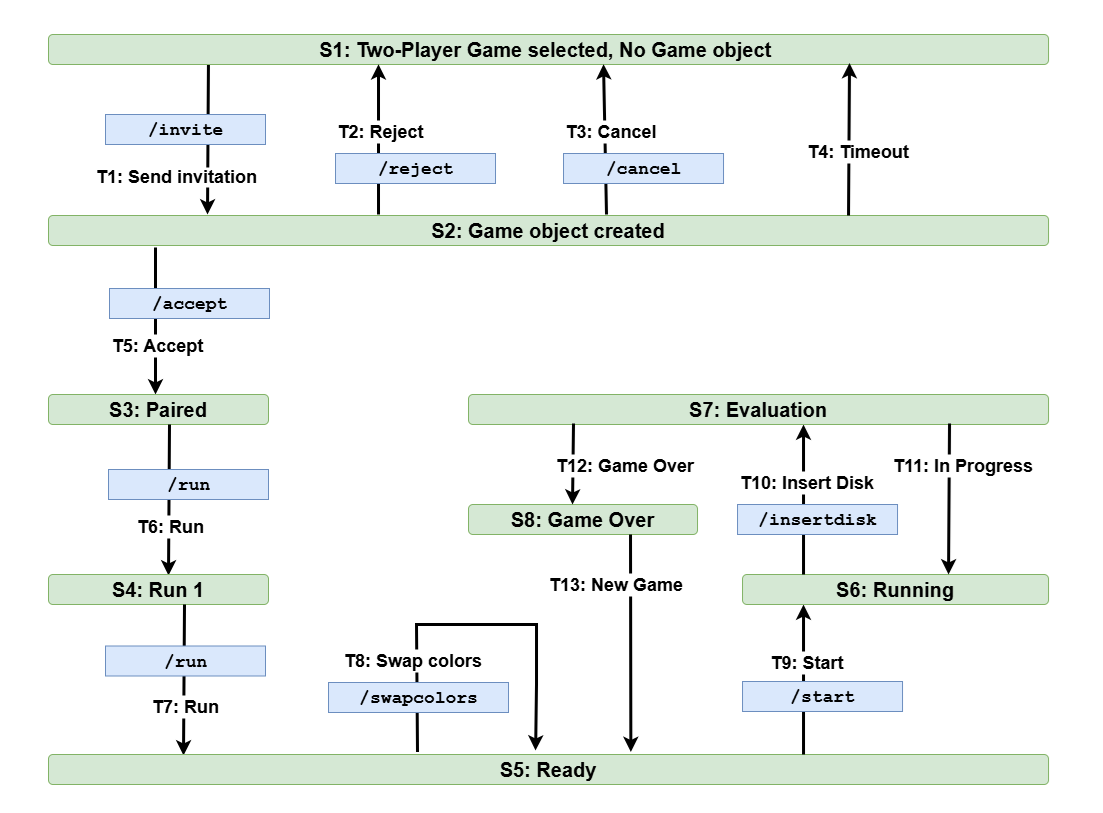
Earlier version of the draw.io export Connect4.png (berislav-vidakovic/GamesJ). Source tidied: cells renumbered, new cells last; positions are measured from the earlier drawing's top-left corner, leaving out a move shared by most shapes.
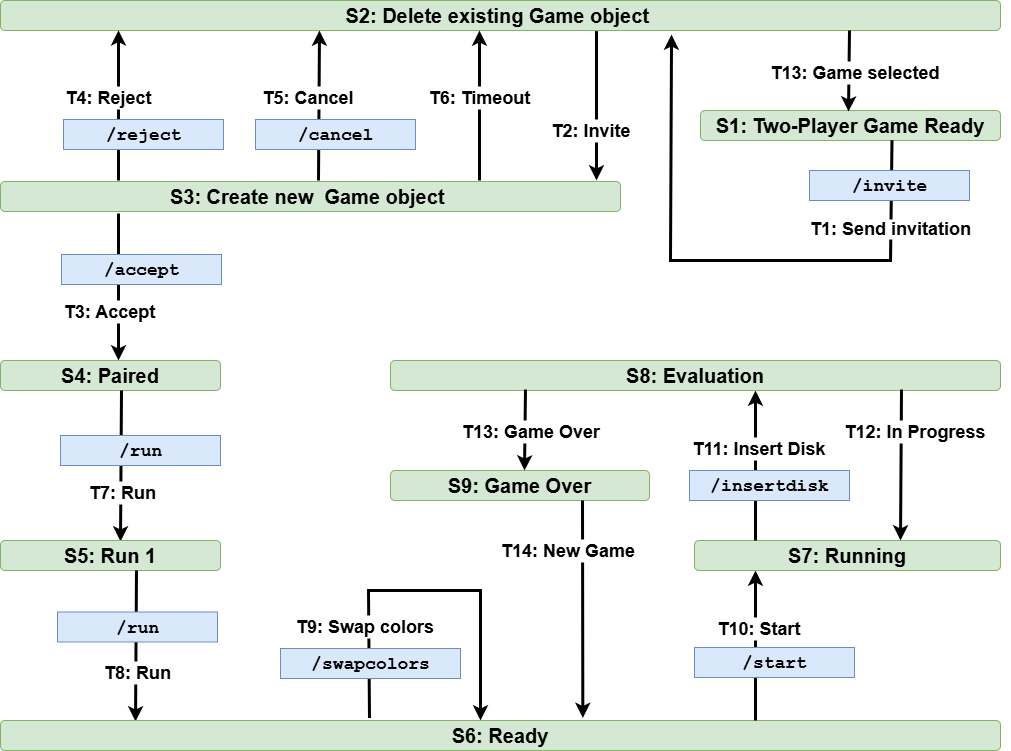
The same diagram one commit later.

Commit message:
Connect4 - Refactoring 2

Change to the diagram source:
```diff
@@ -5,27 +5,20 @@
     <mxCell id="2" style="endArrow=classic;html=1;rounded=0;strokeWidth=3;exitX=0.134;exitY=0.931;exitDx=0;exitDy=0;exitPerimeter=0;" parent="1" edge="1">
       <mxGeometry relative="1" as="geometry">
         <mxPoint x="369" y="717.5" as="sourcePoint" />
-        <mxPoint x="487" y="716" as="targetPoint" />
+        <mxPoint x="480" y="720" as="targetPoint" />
         <Array as="points">
           <mxPoint x="368" y="590" />
-          <mxPoint x="488" y="590" />
-          <mxPoint x="488" y="650" />
+          <mxPoint x="480" y="590" />
         </Array>
       </mxGeometry>
     </mxCell>
-    <mxCell id="3" style="endArrow=classic;html=1;rounded=0;strokeWidth=3;" parent="1" edge="1">
-      <mxGeometry relative="1" as="geometry">
-        <mxPoint x="160" y="20" as="sourcePoint" />
-        <mxPoint x="159" y="180" as="targetPoint" />
-      </mxGeometry>
-    </mxCell>
-    <mxCell id="4" value="S1: Two-Player Game selected, No Game object&amp;nbsp;" style="rounded=1;whiteSpace=wrap;html=1;fontSize=20;fontStyle=1;fillColor=#d5e8d4;strokeColor=#82b366;verticalAlign=bottom;" parent="1" vertex="1">
+    <mxCell id="4" value="S2: Delete existing Game object&amp;nbsp;" style="rounded=1;whiteSpace=wrap;html=1;fontSize=20;fontStyle=1;fillColor=#d5e8d4;strokeColor=#82b366;verticalAlign=bottom;" parent="1" vertex="1">
       <mxGeometry width="1000" height="30" as="geometry" />
     </mxCell>
     <mxCell id="5" style="endArrow=classic;html=1;rounded=0;strokeWidth=3;" parent="1" edge="1">
       <mxGeometry relative="1" as="geometry">
-        <mxPoint x="107" y="213" as="sourcePoint" />
-        <mxPoint x="107" y="360" as="targetPoint" />
+        <mxPoint x="118" y="213" as="sourcePoint" />
+        <mxPoint x="118" y="360" as="targetPoint" />
       </mxGeometry>
     </mxCell>
     <mxCell id="6" style="edgeStyle=orthogonalEdgeStyle;rounded=0;orthogonalLoop=1;jettySize=auto;html=1;exitX=0.5;exitY=1;exitDx=0;exitDy=0;" parent="1" edge="1">
@@ -34,54 +27,46 @@
         <mxPoint x="515" y="503" as="targetPoint" />
       </mxGeometry>
     </mxCell>
-    <mxCell id="7" value="S2: Game object created" style="rounded=1;whiteSpace=wrap;html=1;fontSize=20;fontStyle=1;fillColor=#d5e8d4;strokeColor=#82b366;verticalAlign=bottom;" parent="1" vertex="1">
-      <mxGeometry y="181" width="1000" height="30" as="geometry" />
+    <mxCell id="7" value="S3: Create new&amp;nbsp; Game object&amp;nbsp;" style="rounded=1;whiteSpace=wrap;html=1;fontSize=20;fontStyle=1;fillColor=#d5e8d4;strokeColor=#82b366;verticalAlign=bottom;" parent="1" vertex="1">
+      <mxGeometry y="181" width="620" height="30" as="geometry" />
     </mxCell>
     <mxCell id="8" style="endArrow=classic;html=1;rounded=0;strokeWidth=3;entryX=0.4;entryY=0.99;entryDx=0;entryDy=0;entryPerimeter=0;" parent="1" edge="1">
       <mxGeometry relative="1" as="geometry">
-        <mxPoint x="330" y="180" as="sourcePoint" />
-        <mxPoint x="330" y="29.7" as="targetPoint" />
+        <mxPoint x="118" y="180" as="sourcePoint" />
+        <mxPoint x="118" y="29.7" as="targetPoint" />
       </mxGeometry>
     </mxCell>
-    <mxCell id="9" value="/invite" style="text;strokeColor=#6c8ebf;fillColor=#dae8fc;html=1;fontSize=18;fontStyle=1;verticalAlign=bottom;align=center;fontFamily=Courier New;" parent="1" vertex="1">
-      <mxGeometry x="57" y="80" width="160" height="30" as="geometry" />
-    </mxCell>
-    <mxCell id="10" value="T5: Accept&amp;nbsp;" style="text;html=1;whiteSpace=wrap;strokeColor=none;fillColor=default;align=center;verticalAlign=middle;rounded=0;fontSize=18;fontStyle=1;" parent="1" vertex="1">
+    <mxCell id="10" value="T3: Accept&amp;nbsp;" style="text;html=1;whiteSpace=wrap;strokeColor=none;fillColor=default;align=center;verticalAlign=middle;rounded=0;fontSize=18;fontStyle=1;" parent="1" vertex="1">
       <mxGeometry x="17" y="300" width="190" height="23" as="geometry" />
     </mxCell>
-    <mxCell id="11" value="T1: Send invitation" style="text;html=1;whiteSpace=wrap;strokeColor=none;fillColor=default;align=center;verticalAlign=middle;rounded=0;fontSize=18;fontStyle=1;" parent="1" vertex="1">
-      <mxGeometry x="40" y="133" width="177" height="20" as="geometry" />
-    </mxCell>
     <mxCell id="12" value="/accept" style="text;strokeColor=#6c8ebf;fillColor=#dae8fc;html=1;fontSize=18;fontStyle=1;verticalAlign=bottom;align=center;fontFamily=Courier New;" parent="1" vertex="1">
       <mxGeometry x="61" y="254" width="160" height="30" as="geometry" />
     </mxCell>
-    <mxCell id="13" value="T2: Reject&amp;nbsp;" style="text;html=1;whiteSpace=wrap;strokeColor=none;fillColor=default;align=center;verticalAlign=middle;rounded=0;fontSize=18;fontStyle=1;" parent="1" vertex="1">
-      <mxGeometry x="240" y="86" width="190" height="23" as="geometry" />
+    <mxCell id="13" value="T4: Reject&amp;nbsp;" style="text;html=1;whiteSpace=wrap;strokeColor=none;fillColor=default;align=center;verticalAlign=middle;rounded=0;fontSize=18;fontStyle=1;" parent="1" vertex="1">
+      <mxGeometry x="16" y="86" width="190" height="23" as="geometry" />
     </mxCell>
     <mxCell id="14" value="/reject" style="text;strokeColor=#6c8ebf;fillColor=#dae8fc;html=1;fontSize=18;fontStyle=1;verticalAlign=bottom;align=center;fontFamily=Courier New;" parent="1" vertex="1">
-      <mxGeometry x="287" y="119" width="160" height="30" as="geometry" />
+      <mxGeometry x="63" y="119" width="160" height="30" as="geometry" />
     </mxCell>
-    <mxCell id="15" style="endArrow=classic;html=1;rounded=0;strokeWidth=3;entryX=0.597;entryY=0.99;entryDx=0;entryDy=0;entryPerimeter=0;" parent="1" edge="1">
+    <mxCell id="15" style="endArrow=classic;html=1;rounded=0;strokeWidth=3;" parent="1" edge="1">
       <mxGeometry relative="1" as="geometry">
-        <mxPoint x="558" y="180" as="sourcePoint" />
-        <mxPoint x="555" y="29.7" as="targetPoint" />
+        <mxPoint x="318" y="180" as="sourcePoint" />
+        <mxPoint x="319" y="30" as="targetPoint" />
       </mxGeometry>
     </mxCell>
-    <mxCell id="16" value="T3: Cancel" style="text;html=1;whiteSpace=wrap;strokeColor=none;fillColor=default;align=center;verticalAlign=middle;rounded=0;fontSize=18;fontStyle=1;" parent="1" vertex="1">
-      <mxGeometry x="468" y="86" width="190" height="23" as="geometry" />
+    <mxCell id="16" value="T5: Cancel" style="text;html=1;whiteSpace=wrap;strokeColor=none;fillColor=default;align=center;verticalAlign=middle;rounded=0;fontSize=18;fontStyle=1;" parent="1" vertex="1">
+      <mxGeometry x="213" y="86" width="190" height="23" as="geometry" />
     </mxCell>
     <mxCell id="17" value="/cancel" style="text;strokeColor=#6c8ebf;fillColor=#dae8fc;html=1;fontSize=18;fontStyle=1;verticalAlign=bottom;align=center;fontFamily=Courier New;" parent="1" vertex="1">
-      <mxGeometry x="515" y="119" width="160" height="30" as="geometry" />
+      <mxGeometry x="255" y="119" width="160" height="30" as="geometry" />
     </mxCell>
-    <mxCell id="18" style="endArrow=classic;html=1;rounded=0;strokeWidth=3;entryX=0.801;entryY=0.954;entryDx=0;entryDy=0;entryPerimeter=0;" parent="1" edge="1" target="4">
+    <mxCell id="18" style="endArrow=classic;html=1;rounded=0;strokeWidth=3;entryX=0.801;entryY=0.954;entryDx=0;entryDy=0;entryPerimeter=0;" parent="1" edge="1">
       <mxGeometry relative="1" as="geometry">
-        <mxPoint x="800" y="181" as="sourcePoint" />
+        <mxPoint x="479" y="180" as="sourcePoint" />
+        <mxPoint x="479" y="30" as="targetPoint" />
       </mxGeometry>
     </mxCell>
-    <mxCell id="19" value="T4: Timeout" style="text;html=1;whiteSpace=wrap;strokeColor=none;fillColor=default;align=center;verticalAlign=middle;rounded=0;fontSize=18;fontStyle=1;" parent="1" vertex="1">
-      <mxGeometry x="715" y="106" width="190" height="23" as="geometry" />
-    </mxCell>
-    <mxCell id="20" value="S3: Paired" style="rounded=1;whiteSpace=wrap;html=1;fontSize=20;fontStyle=1;fillColor=#d5e8d4;strokeColor=#82b366;verticalAlign=bottom;" parent="1" vertex="1">
+    <mxCell id="20" value="S4: Paired" style="rounded=1;whiteSpace=wrap;html=1;fontSize=20;fontStyle=1;fillColor=#d5e8d4;strokeColor=#82b366;verticalAlign=bottom;" parent="1" vertex="1">
       <mxGeometry y="360" width="220" height="30" as="geometry" />
     </mxCell>
     <mxCell id="21" style="endArrow=classic;html=1;rounded=0;strokeWidth=3;exitX=0.134;exitY=0.931;exitDx=0;exitDy=0;exitPerimeter=0;" parent="1" edge="1">
@@ -90,13 +75,13 @@
         <mxPoint x="120" y="541" as="targetPoint" />
       </mxGeometry>
     </mxCell>
-    <mxCell id="22" value="T6: Run&amp;nbsp;" style="text;html=1;whiteSpace=wrap;strokeColor=none;fillColor=default;align=center;verticalAlign=middle;rounded=0;fontSize=18;fontStyle=1;" parent="1" vertex="1">
+    <mxCell id="22" value="T7: Run&amp;nbsp;" style="text;html=1;whiteSpace=wrap;strokeColor=none;fillColor=default;align=center;verticalAlign=middle;rounded=0;fontSize=18;fontStyle=1;" parent="1" vertex="1">
       <mxGeometry x="30" y="481" width="190" height="23" as="geometry" />
     </mxCell>
     <mxCell id="23" value="/run" style="text;strokeColor=#6c8ebf;fillColor=#dae8fc;html=1;fontSize=18;fontStyle=1;verticalAlign=bottom;align=center;fontFamily=Courier New;" parent="1" vertex="1">
       <mxGeometry x="60" y="435" width="160" height="30" as="geometry" />
     </mxCell>
-    <mxCell id="24" value="S4: Run 1" style="rounded=1;whiteSpace=wrap;html=1;fontSize=20;fontStyle=1;fillColor=#d5e8d4;strokeColor=#82b366;verticalAlign=bottom;" parent="1" vertex="1">
+    <mxCell id="24" value="S5: Run 1" style="rounded=1;whiteSpace=wrap;html=1;fontSize=20;fontStyle=1;fillColor=#d5e8d4;strokeColor=#82b366;verticalAlign=bottom;" parent="1" vertex="1">
       <mxGeometry y="540" width="220" height="30" as="geometry" />
     </mxCell>
     <mxCell id="25" style="endArrow=classic;html=1;rounded=0;strokeWidth=3;exitX=0.134;exitY=0.931;exitDx=0;exitDy=0;exitPerimeter=0;" parent="1" edge="1">
@@ -105,13 +90,13 @@
         <mxPoint x="135" y="721" as="targetPoint" />
       </mxGeometry>
     </mxCell>
-    <mxCell id="26" value="T7: Run&amp;nbsp;" style="text;html=1;whiteSpace=wrap;strokeColor=none;fillColor=default;align=center;verticalAlign=middle;rounded=0;fontSize=18;fontStyle=1;" parent="1" vertex="1">
+    <mxCell id="26" value="T8: Run&amp;nbsp;" style="text;html=1;whiteSpace=wrap;strokeColor=none;fillColor=default;align=center;verticalAlign=middle;rounded=0;fontSize=18;fontStyle=1;" parent="1" vertex="1">
       <mxGeometry x="45" y="661" width="190" height="23" as="geometry" />
     </mxCell>
     <mxCell id="27" value="/run" style="text;strokeColor=#6c8ebf;fillColor=#dae8fc;html=1;fontSize=18;fontStyle=1;verticalAlign=bottom;align=center;fontFamily=Courier New;" parent="1" vertex="1">
       <mxGeometry x="57" y="611.5" width="160" height="30" as="geometry" />
     </mxCell>
-    <mxCell id="28" value="S5: Ready" style="rounded=1;whiteSpace=wrap;html=1;fontSize=20;fontStyle=1;fillColor=#d5e8d4;strokeColor=#82b366;verticalAlign=bottom;" parent="1" vertex="1">
+    <mxCell id="28" value="S6: Ready" style="rounded=1;whiteSpace=wrap;html=1;fontSize=20;fontStyle=1;fillColor=#d5e8d4;strokeColor=#82b366;verticalAlign=bottom;" parent="1" vertex="1">
       <mxGeometry y="720" width="1000" height="30" as="geometry" />
     </mxCell>
     <mxCell id="29" style="endArrow=classic;html=1;rounded=0;strokeWidth=3;" parent="1" edge="1">
@@ -120,16 +105,16 @@
         <mxPoint x="755" y="570" as="targetPoint" />
       </mxGeometry>
     </mxCell>
-    <mxCell id="30" value="T9: Start" style="text;html=1;whiteSpace=wrap;strokeColor=none;fillColor=default;align=center;verticalAlign=middle;rounded=0;fontSize=18;fontStyle=1;" parent="1" vertex="1">
+    <mxCell id="30" value="T10: Start" style="text;html=1;whiteSpace=wrap;strokeColor=none;fillColor=default;align=center;verticalAlign=middle;rounded=0;fontSize=18;fontStyle=1;" parent="1" vertex="1">
       <mxGeometry x="664" y="617" width="190" height="23" as="geometry" />
     </mxCell>
     <mxCell id="31" value="/start" style="text;strokeColor=#6c8ebf;fillColor=#dae8fc;html=1;fontSize=18;fontStyle=1;verticalAlign=bottom;align=center;fontFamily=Courier New;" parent="1" vertex="1">
       <mxGeometry x="694" y="647" width="160" height="30" as="geometry" />
     </mxCell>
-    <mxCell id="32" value="S6: Running" style="rounded=1;whiteSpace=wrap;html=1;fontSize=20;fontStyle=1;fillColor=#d5e8d4;strokeColor=#82b366;verticalAlign=bottom;" parent="1" vertex="1">
+    <mxCell id="32" value="S7: Running" style="rounded=1;whiteSpace=wrap;html=1;fontSize=20;fontStyle=1;fillColor=#d5e8d4;strokeColor=#82b366;verticalAlign=bottom;" parent="1" vertex="1">
       <mxGeometry x="694" y="540" width="306" height="30" as="geometry" />
     </mxCell>
-    <mxCell id="33" value="T8: Swap colors" style="text;html=1;whiteSpace=wrap;strokeColor=none;fillColor=default;align=center;verticalAlign=middle;rounded=0;fontSize=18;fontStyle=1;" parent="1" vertex="1">
+    <mxCell id="33" value="T9: Swap colors" style="text;html=1;whiteSpace=wrap;strokeColor=none;fillColor=default;align=center;verticalAlign=middle;rounded=0;fontSize=18;fontStyle=1;" parent="1" vertex="1">
       <mxGeometry x="270" y="615" width="190" height="23" as="geometry" />
     </mxCell>
     <mxCell id="34" value="/swapcolors" style="text;strokeColor=#6c8ebf;fillColor=#dae8fc;html=1;fontSize=18;fontStyle=1;verticalAlign=bottom;align=center;fontFamily=Courier New;" parent="1" vertex="1">
@@ -141,17 +126,17 @@
         <mxPoint x="755" y="390" as="targetPoint" />
       </mxGeometry>
     </mxCell>
-    <mxCell id="36" value="T10: Insert Disk" style="text;html=1;whiteSpace=wrap;strokeColor=none;fillColor=default;align=center;verticalAlign=middle;rounded=0;fontSize=18;fontStyle=1;" parent="1" vertex="1">
+    <mxCell id="36" value="T11: Insert Disk" style="text;html=1;whiteSpace=wrap;strokeColor=none;fillColor=default;align=center;verticalAlign=middle;rounded=0;fontSize=18;fontStyle=1;" parent="1" vertex="1">
       <mxGeometry x="664" y="437" width="190" height="23" as="geometry" />
     </mxCell>
     <mxCell id="37" value="/insertdisk" style="text;strokeColor=#6c8ebf;fillColor=#dae8fc;html=1;fontSize=18;fontStyle=1;verticalAlign=bottom;align=center;fontFamily=Courier New;" parent="1" vertex="1">
       <mxGeometry x="689" y="470" width="160" height="30" as="geometry" />
     </mxCell>
-    <mxCell id="38" value="S7: Evaluation" style="rounded=1;whiteSpace=wrap;html=1;fontSize=20;fontStyle=1;fillColor=#d5e8d4;strokeColor=#82b366;verticalAlign=bottom;" parent="1" vertex="1">
-      <mxGeometry x="420" y="360" width="580" height="30" as="geometry" />
+    <mxCell id="38" value="S8: Evaluation" style="rounded=1;whiteSpace=wrap;html=1;fontSize=20;fontStyle=1;fillColor=#d5e8d4;strokeColor=#82b366;verticalAlign=bottom;" parent="1" vertex="1">
+      <mxGeometry x="390" y="360" width="610" height="30" as="geometry" />
     </mxCell>
-    <mxCell id="39" value="S8: Game Over" style="rounded=1;whiteSpace=wrap;html=1;fontSize=20;fontStyle=1;fillColor=#d5e8d4;strokeColor=#82b366;verticalAlign=bottom;" parent="1" vertex="1">
-      <mxGeometry x="420" y="470" width="229" height="30" as="geometry" />
+    <mxCell id="39" value="S9: Game Over" style="rounded=1;whiteSpace=wrap;html=1;fontSize=20;fontStyle=1;fillColor=#d5e8d4;strokeColor=#82b366;verticalAlign=bottom;" parent="1" vertex="1">
+      <mxGeometry x="390" y="470" width="259" height="30" as="geometry" />
     </mxCell>
     <mxCell id="40" style="endArrow=classic;html=1;rounded=0;strokeWidth=3;exitX=0.134;exitY=0.931;exitDx=0;exitDy=0;exitPerimeter=0;" parent="1" edge="1">
       <mxGeometry relative="1" as="geometry">
@@ -159,7 +144,7 @@
         <mxPoint x="900" y="540" as="targetPoint" />
       </mxGeometry>
     </mxCell>
-    <mxCell id="41" value="T11: In Progress" style="text;html=1;whiteSpace=wrap;strokeColor=none;fillColor=default;align=center;verticalAlign=middle;rounded=0;fontSize=18;fontStyle=1;" parent="1" vertex="1">
+    <mxCell id="41" value="T12: In Progress" style="text;html=1;whiteSpace=wrap;strokeColor=none;fillColor=default;align=center;verticalAlign=middle;rounded=0;fontSize=18;fontStyle=1;" parent="1" vertex="1">
       <mxGeometry x="820" y="420" width="190" height="23" as="geometry" />
     </mxCell>
     <mxCell id="42" style="endArrow=classic;html=1;rounded=0;strokeWidth=3;entryX=0.534;entryY=-0.087;entryDx=0;entryDy=0;entryPerimeter=0;" parent="1" edge="1">
@@ -168,7 +153,7 @@
         <mxPoint x="582.3" y="717.4" as="targetPoint" />
       </mxGeometry>
     </mxCell>
-    <mxCell id="43" value="T13: New Game" style="text;html=1;whiteSpace=wrap;strokeColor=none;fillColor=default;align=center;verticalAlign=middle;rounded=0;fontSize=18;fontStyle=1;" parent="1" vertex="1">
+    <mxCell id="43" value="T14: New Game" style="text;html=1;whiteSpace=wrap;strokeColor=none;fillColor=default;align=center;verticalAlign=middle;rounded=0;fontSize=18;fontStyle=1;" parent="1" vertex="1">
       <mxGeometry x="473" y="539" width="190" height="23" as="geometry" />
     </mxCell>
     <mxCell id="44" style="endArrow=classic;html=1;rounded=0;strokeWidth=3;exitX=0.134;exitY=0.931;exitDx=0;exitDy=0;exitPerimeter=0;" parent="1" edge="1">
@@ -177,8 +162,46 @@
         <mxPoint x="524" y="470" as="targetPoint" />
       </mxGeometry>
     </mxCell>
-    <mxCell id="45" value="T12: Game Over" style="text;html=1;whiteSpace=wrap;strokeColor=none;fillColor=default;align=center;verticalAlign=middle;rounded=0;fontSize=18;fontStyle=1;" parent="1" vertex="1">
-      <mxGeometry x="482" y="420" width="190" height="23" as="geometry" />
+    <mxCell id="45" value="T13: Game Over" style="text;html=1;whiteSpace=wrap;strokeColor=none;fillColor=default;align=center;verticalAlign=middle;rounded=0;fontSize=18;fontStyle=1;" parent="1" vertex="1">
+      <mxGeometry x="436" y="420" width="190" height="23" as="geometry" />
     </mxCell>
+    <mxCell id="46" value="T6: Timeout" style="text;html=1;whiteSpace=wrap;strokeColor=none;fillColor=default;align=center;verticalAlign=middle;rounded=0;fontSize=18;fontStyle=1;" parent="1" vertex="1">
+      <mxGeometry x="419" y="86" width="121" height="23" as="geometry" />
+    </mxCell>
+    <mxCell id="47" style="endArrow=classic;html=1;rounded=0;strokeWidth=3;" parent="1" edge="1">
+      <mxGeometry relative="1" as="geometry">
+        <mxPoint x="596" y="30.6" as="sourcePoint" />
+        <mxPoint x="596" y="180" as="targetPoint" />
+      </mxGeometry>
+    </mxCell>
+    <mxCell id="48" value="T2: Invite" style="text;html=1;whiteSpace=wrap;strokeColor=none;fillColor=default;align=center;verticalAlign=middle;rounded=0;fontSize=18;fontStyle=1;" parent="1" vertex="1">
+      <mxGeometry x="531" y="119" width="120" height="23" as="geometry" />
+    </mxCell>
+    <mxCell id="49" value="S1: Two-Player Game Ready" style="rounded=1;whiteSpace=wrap;html=1;fontSize=20;fontStyle=1;fillColor=#d5e8d4;strokeColor=#82b366;verticalAlign=bottom;" parent="1" vertex="1">
+      <mxGeometry x="700" y="110" width="300" height="30" as="geometry" />
+    </mxCell>
+    <mxCell id="50" style="endArrow=classic;html=1;rounded=0;strokeWidth=3;exitX=0.638;exitY=0.99;exitDx=0;exitDy=0;exitPerimeter=0;entryX=0.671;entryY=1.132;entryDx=0;entryDy=0;entryPerimeter=0;" parent="1" edge="1" source="49" target="4">
+      <mxGeometry relative="1" as="geometry">
+        <Array as="points">
+          <mxPoint x="890" y="260" />
+          <mxPoint x="670" y="260" />
+        </Array>
+      </mxGeometry>
+    </mxCell>
+    <mxCell id="11" value="T1: Send invitation" style="text;html=1;whiteSpace=wrap;strokeColor=none;fillColor=default;align=center;verticalAlign=middle;rounded=0;fontSize=18;fontStyle=1;" parent="1" vertex="1">
+      <mxGeometry x="802" y="219" width="177" height="20" as="geometry" />
+    </mxCell>
+    <mxCell id="9" value="/invite" style="text;strokeColor=#6c8ebf;fillColor=#dae8fc;html=1;fontSize=18;fontStyle=1;verticalAlign=bottom;align=center;fontFamily=Courier New;" parent="1" vertex="1">
+      <mxGeometry x="809" y="170" width="160" height="30" as="geometry" />
+    </mxCell>
+    <mxCell id="51" style="endArrow=classic;html=1;rounded=0;strokeWidth=3;exitX=0.134;exitY=0.931;exitDx=0;exitDy=0;exitPerimeter=0;" parent="1" edge="1">
+      <mxGeometry relative="1" as="geometry">
+        <mxPoint x="849" y="30" as="sourcePoint" />
+        <mxPoint x="848" y="111" as="targetPoint" />
+      </mxGeometry>
+    </mxCell>
+    <mxCell id="52" value="T13: Game selected" style="text;html=1;whiteSpace=wrap;strokeColor=none;fillColor=default;align=center;verticalAlign=middle;rounded=0;fontSize=18;fontStyle=1;" parent="1" vertex="1">
+      <mxGeometry x="760" y="61" width="190" height="23" as="geometry" />
+    </mxCell>
   </root>
 </mxGraphModel>
```
